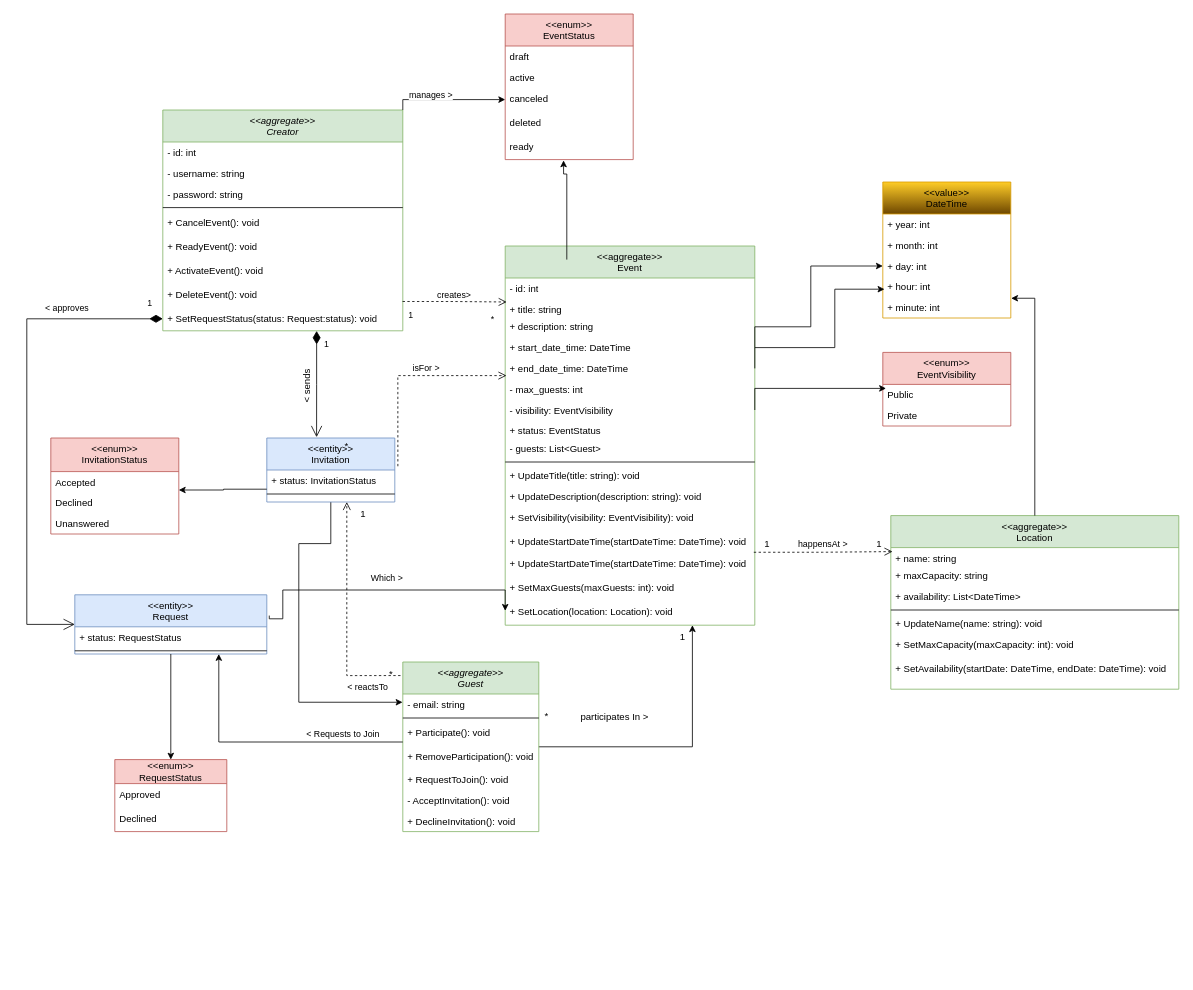
Before: VIAEventAssociation/Documentation/Assignment2/concrete-domain-model.drawio in YoUnGi102/NBNP-DCA, a draw.io diagram. Source tidied: cells renumbered, new cells numbered last; positions are measured from the earlier drawing's top-left corner, leaving out a move shared by most shapes. Both pictures are drawn from the tidied source at 80%, with x=0, y=0 at pixel (26, 14).
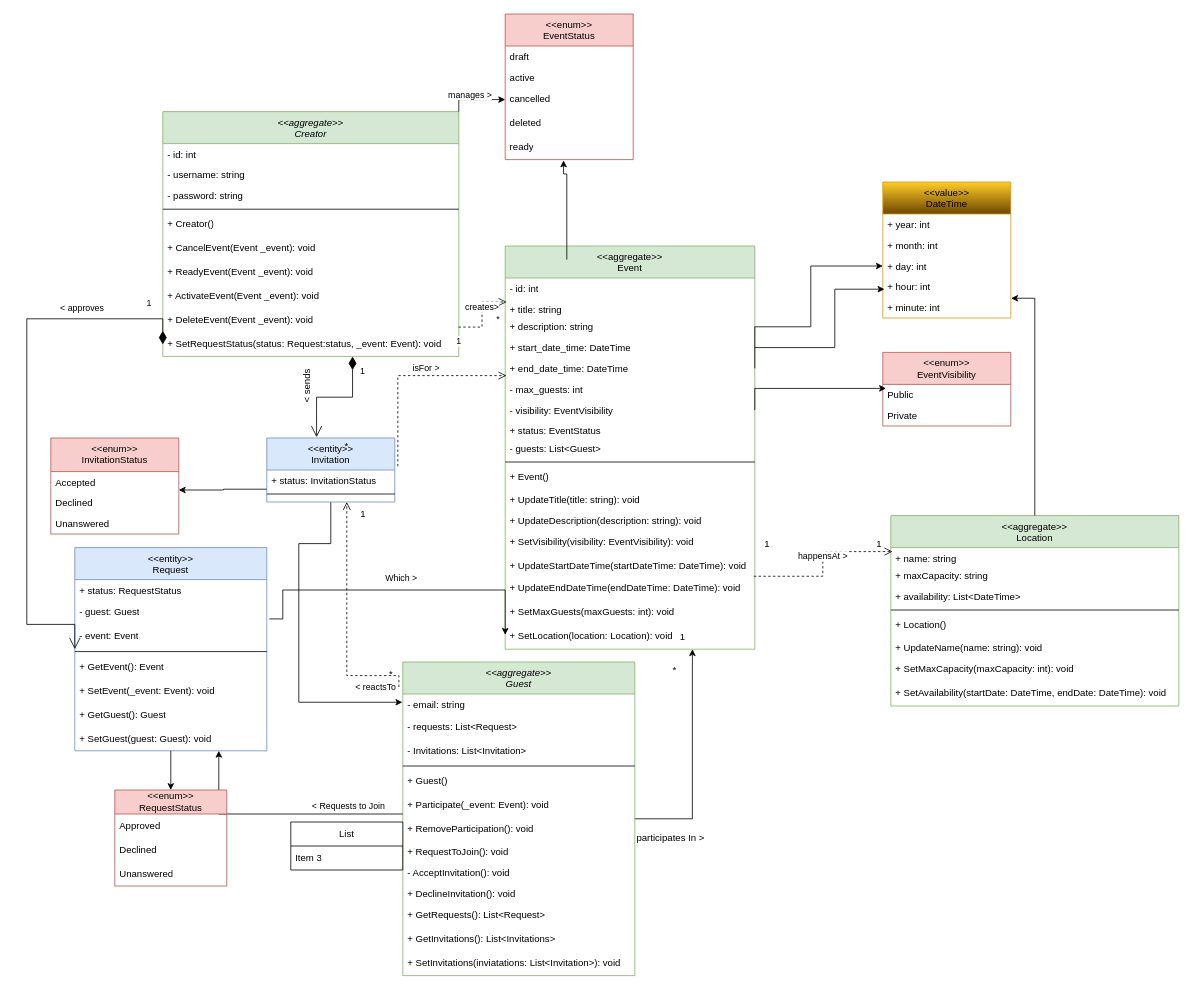
After the change.

Unchanged cells that the change refers to:
```xml
<mxCell id="64" value="&lt;&lt;enum&gt;&gt;&#10;EventStatus&#10;" style="swimlane;fontStyle=0;align=center;verticalAlign=top;horizontal=1;startSize=40;rounded=0;shadow=0;strokeWidth=1;fillColor=#f8cecc;strokeColor=#b85450;" parent="1" vertex="1">
  <mxGeometry x="598" width="160" height="182" as="geometry" />
</mxCell>
```

What changed in the source:
```diff
@@
     <mxCell id="2" value="&lt;&lt;aggregate&gt;&gt;&#10;Creator" style="swimlane;fontStyle=2;align=center;verticalAlign=top;horizontal=1;startSize=40;rounded=0;shadow=0;strokeWidth=1;fillColor=#d5e8d4;strokeColor=#82b366;" parent="1" vertex="1">
-      <mxGeometry x="170" y="120" width="300" height="276" as="geometry" />
+      <mxGeometry x="170" y="122" width="370" height="306" as="geometry" />
     </mxCell>
     <mxCell id="3" value="- id: int" style="text;strokeColor=none;fillColor=none;align=left;verticalAlign=top;spacingLeft=4;spacingRight=4;overflow=hidden;whiteSpace=wrap;html=1;" parent="2" vertex="1">
-      <mxGeometry y="40" width="300" height="26" as="geometry" />
+      <mxGeometry y="40" width="370" height="26" as="geometry" />
     </mxCell>
     <mxCell id="4" value="- username: string" style="text;strokeColor=none;fillColor=none;align=left;verticalAlign=top;spacingLeft=4;spacingRight=4;overflow=hidden;whiteSpace=wrap;html=1;" parent="2" vertex="1">
-      <mxGeometry y="66" width="300" height="26" as="geometry" />
+      <mxGeometry y="66" width="370" height="26" as="geometry" />
     </mxCell>
     <mxCell id="5" value="- password: string" style="text;strokeColor=none;fillColor=none;align=left;verticalAlign=top;spacingLeft=4;spacingRight=4;overflow=hidden;whiteSpace=wrap;html=1;" parent="2" vertex="1">
-      <mxGeometry y="92" width="300" height="26" as="geometry" />
+      <mxGeometry y="92" width="370" height="26" as="geometry" />
     </mxCell>
     <mxCell id="6" style="line;html=1;strokeWidth=1;align=left;verticalAlign=middle;spacingTop=-1;spacingLeft=3;spacingRight=3;labelPosition=right;" parent="2" vertex="1">
-      <mxGeometry y="118" width="300" height="8" as="geometry" />
+      <mxGeometry y="118" width="370" height="8" as="geometry" />
     </mxCell>
+    <mxCell id="107" value="+ Creator()" style="text;strokeColor=none;fillColor=none;align=left;verticalAlign=middle;spacingLeft=4;spacingRight=4;overflow=hidden;whiteSpace=wrap;html=1;" parent="2" vertex="1">
+      <mxGeometry y="126" width="370" height="30" as="geometry" />
+    </mxCell>
-    <mxCell id="7" value="+ CancelEvent(): void" style="text;strokeColor=none;fillColor=none;align=left;verticalAlign=middle;spacingLeft=4;spacingRight=4;overflow=hidden;whiteSpace=wrap;html=1;" parent="2" vertex="1">
-      <mxGeometry y="126" width="300" height="30" as="geometry" />
+    <mxCell id="7" value="+ CancelEvent(Event _event): void" style="text;strokeColor=none;fillColor=none;align=left;verticalAlign=middle;spacingLeft=4;spacingRight=4;overflow=hidden;whiteSpace=wrap;html=1;" parent="2" vertex="1">
+      <mxGeometry y="156" width="370" height="30" as="geometry" />
     </mxCell>
-    <mxCell id="8" value="+ ReadyEvent(): void" style="text;strokeColor=none;fillColor=none;align=left;verticalAlign=middle;spacingLeft=4;spacingRight=4;overflow=hidden;whiteSpace=wrap;html=1;" parent="2" vertex="1">
-      <mxGeometry y="156" width="300" height="30" as="geometry" />
+    <mxCell id="8" value="+ ReadyEvent(Event _event): void" style="text;strokeColor=none;fillColor=none;align=left;verticalAlign=middle;spacingLeft=4;spacingRight=4;overflow=hidden;whiteSpace=wrap;html=1;" parent="2" vertex="1">
+      <mxGeometry y="186" width="370" height="30" as="geometry" />
     </mxCell>
-    <mxCell id="9" value="+ ActivateEvent(): void" style="text;strokeColor=none;fillColor=none;align=left;verticalAlign=middle;spacingLeft=4;spacingRight=4;overflow=hidden;whiteSpace=wrap;html=1;" parent="2" vertex="1">
-      <mxGeometry y="186" width="300" height="30" as="geometry" />
+    <mxCell id="9" value="+ ActivateEvent(Event _event): void" style="text;strokeColor=none;fillColor=none;align=left;verticalAlign=middle;spacingLeft=4;spacingRight=4;overflow=hidden;whiteSpace=wrap;html=1;" parent="2" vertex="1">
+      <mxGeometry y="216" width="370" height="30" as="geometry" />
     </mxCell>
-    <mxCell id="10" value="+ DeleteEvent(): void" style="text;strokeColor=none;fillColor=none;align=left;verticalAlign=middle;spacingLeft=4;spacingRight=4;overflow=hidden;points=[[0,0.5],[1,0.5]];portConstraint=eastwest;whiteSpace=wrap;html=1;" parent="2" vertex="1">
-      <mxGeometry y="216" width="300" height="30" as="geometry" />
+    <mxCell id="10" value="+ DeleteEvent(Event _event): void" style="text;strokeColor=none;fillColor=none;align=left;verticalAlign=middle;spacingLeft=4;spacingRight=4;overflow=hidden;points=[[0,0.5],[1,0.5]];portConstraint=eastwest;whiteSpace=wrap;html=1;" parent="2" vertex="1">
+      <mxGeometry y="246" width="370" height="30" as="geometry" />
     </mxCell>
-    <mxCell id="11" value="+ SetRequestStatus(status: Request:status): void" style="text;strokeColor=none;fillColor=none;align=left;verticalAlign=middle;spacingLeft=4;spacingRight=4;overflow=hidden;points=[[0,0.5],[1,0.5]];portConstraint=eastwest;whiteSpace=wrap;html=1;" parent="2" vertex="1">
-      <mxGeometry y="246" width="300" height="30" as="geometry" />
+    <mxCell id="11" value="+ SetRequestStatus(status: Request:status, _event: Event): void" style="text;strokeColor=none;fillColor=none;align=left;verticalAlign=middle;spacingLeft=4;spacingRight=4;overflow=hidden;points=[[0,0.5],[1,0.5]];portConstraint=eastwest;whiteSpace=wrap;html=1;" parent="2" vertex="1">
+      <mxGeometry y="276" width="370" height="30" as="geometry" />
     </mxCell>
@@
     <mxCell id="17" value="&lt;&lt;aggregate&gt;&gt;&#10;Guest" style="swimlane;fontStyle=2;align=center;verticalAlign=top;horizontal=1;startSize=40;rounded=0;shadow=0;strokeWidth=1;fillColor=#d5e8d4;strokeColor=#82b366;" parent="1" vertex="1">
-      <mxGeometry x="470" y="810" width="170" height="212" as="geometry" />
+      <mxGeometry x="470" y="810" width="290" height="392" as="geometry" />
     </mxCell>
     <mxCell id="18" value="- email: string" style="text;align=left;verticalAlign=top;spacingLeft=4;spacingRight=4;overflow=hidden;points=[[0,0.5],[1,0.5]];portConstraint=eastwest;" parent="17" vertex="1">
-      <mxGeometry y="40" width="170" height="26" as="geometry" />
+      <mxGeometry y="40" width="290" height="26" as="geometry" />
     </mxCell>
+    <mxCell id="108" value="- requests: List&amp;lt;Request&amp;gt;" style="text;strokeColor=none;fillColor=none;align=left;verticalAlign=middle;spacingLeft=4;spacingRight=4;overflow=hidden;whiteSpace=wrap;html=1;" parent="17" vertex="1">
+      <mxGeometry y="66" width="290" height="30" as="geometry" />
+    </mxCell>
+    <mxCell id="109" value="- Invitations: List&amp;lt;Invitation&amp;gt;" style="text;strokeColor=none;fillColor=none;align=left;verticalAlign=middle;spacingLeft=4;spacingRight=4;overflow=hidden;whiteSpace=wrap;html=1;" parent="17" vertex="1">
+      <mxGeometry y="96" width="290" height="30" as="geometry" />
+    </mxCell>
     <mxCell id="19" style="line;html=1;strokeWidth=1;align=left;verticalAlign=middle;spacingTop=-1;spacingLeft=3;spacingRight=3;labelPosition=right;" parent="17" vertex="1">
-      <mxGeometry y="66" width="170" height="8" as="geometry" />
+      <mxGeometry y="126" width="290" height="8" as="geometry" />
     </mxCell>
+    <mxCell id="110" value="+ Guest()" style="text;strokeColor=none;fillColor=none;align=left;verticalAlign=middle;spacingLeft=4;spacingRight=4;overflow=hidden;whiteSpace=wrap;html=1;" parent="17" vertex="1">
+      <mxGeometry y="134" width="290" height="30" as="geometry" />
+    </mxCell>
-    <mxCell id="20" value="+ Participate(): void" style="text;strokeColor=none;fillColor=none;align=left;verticalAlign=middle;spacingLeft=4;spacingRight=4;overflow=hidden;points=[[0,0.5],[1,0.5]];portConstraint=eastwest;whiteSpace=wrap;html=1;" parent="17" vertex="1">
-      <mxGeometry y="74" width="170" height="30" as="geometry" />
+    <mxCell id="20" value="+ Participate(_event: Event): void" style="text;strokeColor=none;fillColor=none;align=left;verticalAlign=middle;spacingLeft=4;spacingRight=4;overflow=hidden;points=[[0,0.5],[1,0.5]];portConstraint=eastwest;whiteSpace=wrap;html=1;" parent="17" vertex="1">
+      <mxGeometry y="164" width="290" height="30" as="geometry" />
     </mxCell>
     <mxCell id="21" value="+ RemoveParticipation(): void" style="text;strokeColor=none;fillColor=none;align=left;verticalAlign=middle;spacingLeft=4;spacingRight=4;overflow=hidden;whiteSpace=wrap;html=1;" parent="17" vertex="1">
-      <mxGeometry y="104" width="170" height="30" as="geometry" />
+      <mxGeometry y="194" width="290" height="30" as="geometry" />
     </mxCell>
     <mxCell id="22" value="+ RequestToJoin(): void" style="text;strokeColor=none;fillColor=none;align=left;verticalAlign=top;spacingLeft=4;spacingRight=4;overflow=hidden;whiteSpace=wrap;html=1;" parent="17" vertex="1">
-      <mxGeometry y="134" width="170" height="26" as="geometry" />
+      <mxGeometry y="224" width="290" height="26" as="geometry" />
     </mxCell>
     <mxCell id="23" value="- AcceptInvitation(): void" style="text;align=left;verticalAlign=top;spacingLeft=4;spacingRight=4;overflow=hidden;rounded=0;shadow=0;html=0;" parent="17" vertex="1">
-      <mxGeometry y="160" width="170" height="26" as="geometry" />
+      <mxGeometry y="250" width="290" height="26" as="geometry" />
     </mxCell>
     <mxCell id="24" value="+ DeclineInvitation(): void&#10;" style="text;align=left;verticalAlign=top;spacingLeft=4;spacingRight=4;overflow=hidden;rounded=0;shadow=0;html=0;" parent="17" vertex="1">
-      <mxGeometry y="186" width="170" height="26" as="geometry" />
+      <mxGeometry y="276" width="290" height="26" as="geometry" />
     </mxCell>
+    <mxCell id="111" value="+ GetRequests(): List&amp;lt;Request&amp;gt;" style="text;strokeColor=none;fillColor=none;align=left;verticalAlign=middle;spacingLeft=4;spacingRight=4;overflow=hidden;whiteSpace=wrap;html=1;" parent="17" vertex="1">
+      <mxGeometry y="302" width="290" height="30" as="geometry" />
+    </mxCell>
+    <mxCell id="112" value="+ GetInvitations(): List&amp;lt;Invitations&amp;gt;" style="text;strokeColor=none;fillColor=none;align=left;verticalAlign=middle;spacingLeft=4;spacingRight=4;overflow=hidden;whiteSpace=wrap;html=1;" parent="17" vertex="1">
+      <mxGeometry y="332" width="290" height="30" as="geometry" />
+    </mxCell>
+    <mxCell id="113" value="+ SetInvitations(inviatations: List&amp;lt;Invitation&amp;gt;): void" style="text;strokeColor=none;fillColor=none;align=left;verticalAlign=middle;spacingLeft=4;spacingRight=4;overflow=hidden;whiteSpace=wrap;html=1;" parent="17" vertex="1">
+      <mxGeometry y="362" width="290" height="30" as="geometry" />
+    </mxCell>
     <mxCell id="25" value="&lt;&lt;aggregate&gt;&gt;&#10;Event&#10;" style="swimlane;fontStyle=0;align=center;verticalAlign=top;horizontal=1;startSize=40;rounded=0;shadow=0;strokeWidth=1;fillColor=#d5e8d4;strokeColor=#82b366;" parent="1" vertex="1">
-      <mxGeometry x="598" y="290" width="312" height="474" as="geometry" />
+      <mxGeometry x="598" y="290" width="312" height="504" as="geometry" />
     </mxCell>
@@
+    <mxCell id="114" value="+ Event()" style="text;strokeColor=none;fillColor=none;align=left;verticalAlign=middle;spacingLeft=4;spacingRight=4;overflow=hidden;whiteSpace=wrap;html=1;" parent="25" vertex="1">
+      <mxGeometry y="274" width="312" height="30" as="geometry" />
+    </mxCell>
     <mxCell id="36" value="+ UpdateTitle(title: string): void&#10;" style="text;align=left;verticalAlign=top;spacingLeft=4;spacingRight=4;overflow=hidden;" parent="25" vertex="1">
-      <mxGeometry y="274" width="312" height="26" as="geometry" />
+      <mxGeometry y="304" width="312" height="26" as="geometry" />
     </mxCell>
     <mxCell id="37" value="+ UpdateDescription(description: string): void&#10;" style="text;align=left;verticalAlign=top;spacingLeft=4;spacingRight=4;overflow=hidden;" parent="25" vertex="1">
-      <mxGeometry y="300" width="312" height="26" as="geometry" />
+      <mxGeometry y="330" width="312" height="26" as="geometry" />
     </mxCell>
     <mxCell id="38" value="+ SetVisibility(visibility: EventVisibility): void" style="text;align=left;verticalAlign=top;spacingLeft=4;spacingRight=4;overflow=hidden;" parent="25" vertex="1">
-      <mxGeometry y="326" width="312" height="30" as="geometry" />
+      <mxGeometry y="356" width="312" height="30" as="geometry" />
     </mxCell>
     <mxCell id="39" value="+ UpdateStartDateTime(startDateTime: DateTime): void&#10;" style="text;align=left;verticalAlign=top;spacingLeft=4;spacingRight=4;overflow=hidden;" parent="25" vertex="1">
-      <mxGeometry y="356" width="312" height="28" as="geometry" />
+      <mxGeometry y="386" width="312" height="28" as="geometry" />
     </mxCell>
-    <mxCell id="40" value="+ UpdateStartDateTime(startDateTime: DateTime): void&#10;" style="text;align=left;verticalAlign=top;spacingLeft=4;spacingRight=4;overflow=hidden;points=[[0,0.5],[1,0.5]];portConstraint=eastwest;" parent="25" vertex="1">
-      <mxGeometry y="384" width="312" height="30" as="geometry" />
+    <mxCell id="40" value="+ UpdateEndDateTime(endDateTime: DateTime): void&#10;" style="text;align=left;verticalAlign=top;spacingLeft=4;spacingRight=4;overflow=hidden;points=[[0,0.5],[1,0.5]];portConstraint=eastwest;" parent="25" vertex="1">
+      <mxGeometry y="414" width="312" height="30" as="geometry" />
     </mxCell>
     <mxCell id="41" value="+ SetMaxGuests(maxGuests: int): void" style="text;align=left;verticalAlign=top;spacingLeft=4;spacingRight=4;overflow=hidden;" parent="25" vertex="1">
-      <mxGeometry y="414" width="312" height="30" as="geometry" />
+      <mxGeometry y="444" width="312" height="30" as="geometry" />
     </mxCell>
     <mxCell id="42" value="+ SetLocation(location: Location): void" style="text;align=left;verticalAlign=top;spacingLeft=4;spacingRight=4;overflow=hidden;points=[[0,0.5],[1,0.5]];portConstraint=eastwest;" parent="25" vertex="1">
-      <mxGeometry y="444" width="312" height="30" as="geometry" />
+      <mxGeometry y="474" width="312" height="30" as="geometry" />
     </mxCell>
@@
     <mxCell id="44" value="*" style="text;html=1;align=center;verticalAlign=middle;whiteSpace=wrap;rounded=0;" parent="1" vertex="1">
-      <mxGeometry x="640" y="868" width="20" height="20" as="geometry" />
+      <mxGeometry x="800" y="810" width="20" height="20" as="geometry" />
     </mxCell>
@@
     <mxCell id="63" value="participates In &amp;gt;" style="text;html=1;align=center;verticalAlign=middle;whiteSpace=wrap;rounded=0;" parent="1" vertex="1">
-      <mxGeometry x="690" y="870" width="90" height="18" as="geometry" />
+      <mxGeometry x="760" y="1021" width="90" height="18" as="geometry" />
     </mxCell>
@@
-    <mxCell id="67" value="canceled" style="text;strokeColor=none;fillColor=none;align=left;verticalAlign=middle;spacingLeft=4;spacingRight=4;overflow=hidden;points=[[0,0.5],[1,0.5]];portConstraint=eastwest;whiteSpace=wrap;html=1;" parent="64" vertex="1">
+    <mxCell id="67" value="cancelled" style="text;strokeColor=none;fillColor=none;align=left;verticalAlign=middle;spacingLeft=4;spacingRight=4;overflow=hidden;points=[[0,0.5],[1,0.5]];portConstraint=eastwest;whiteSpace=wrap;html=1;" parent="64" vertex="1">
       <mxGeometry y="92" width="160" height="30" as="geometry" />
     </mxCell>
@@
     <mxCell id="72" value="&lt;&lt;aggregate&gt;&gt;&#10;Location&#10;" style="swimlane;fontStyle=0;align=center;verticalAlign=top;horizontal=1;startSize=40;rounded=0;shadow=0;strokeWidth=1;fillColor=#d5e8d4;strokeColor=#82b366;" parent="1" vertex="1">
-      <mxGeometry x="1080" y="627" width="360" height="217" as="geometry" />
+      <mxGeometry x="1080" y="627" width="360" height="238" as="geometry" />
     </mxCell>
@@
+    <mxCell id="115" value="+ Location()" style="text;strokeColor=none;fillColor=none;align=left;verticalAlign=middle;spacingLeft=4;spacingRight=4;overflow=hidden;whiteSpace=wrap;html=1;" parent="72" vertex="1">
+      <mxGeometry y="122" width="360" height="30" as="geometry" />
+    </mxCell>
     <mxCell id="77" value="+ UpdateName(name: string): void&#10;" style="text;align=left;verticalAlign=top;spacingLeft=4;spacingRight=4;overflow=hidden;" parent="72" vertex="1">
-      <mxGeometry y="122" width="360" height="26" as="geometry" />
+      <mxGeometry y="152" width="360" height="26" as="geometry" />
     </mxCell>
     <mxCell id="78" value="+ SetMaxCapacity(maxCapacity: int): void" style="text;align=left;verticalAlign=top;spacingLeft=4;spacingRight=4;overflow=hidden;" parent="72" vertex="1">
-      <mxGeometry y="148" width="360" height="30" as="geometry" />
+      <mxGeometry y="178" width="360" height="30" as="geometry" />
     </mxCell>
     <mxCell id="79" value="+ SetAvailability(startDate: DateTime, endDate: DateTime): void" style="text;align=left;verticalAlign=top;spacingLeft=4;spacingRight=4;overflow=hidden;" parent="72" vertex="1">
-      <mxGeometry y="178" width="360" height="30" as="geometry" />
+      <mxGeometry y="208" width="360" height="30" as="geometry" />
     </mxCell>
     <mxCell id="80" value="&lt;&lt;entity&gt;&gt;&#10;Request" style="swimlane;fontStyle=0;align=center;verticalAlign=top;horizontal=1;startSize=40;rounded=0;shadow=0;strokeWidth=1;fillColor=#dae8fc;strokeColor=#6c8ebf;" parent="1" vertex="1">
-      <mxGeometry x="60" y="726" width="240" height="74" as="geometry" />
+      <mxGeometry x="60" y="667" width="240" height="254" as="geometry" />
     </mxCell>
@@
+    <mxCell id="116" value="- guest: Guest" style="text;strokeColor=none;fillColor=none;align=left;verticalAlign=middle;spacingLeft=4;spacingRight=4;overflow=hidden;whiteSpace=wrap;html=1;" parent="80" vertex="1">
+      <mxGeometry y="66" width="240" height="30" as="geometry" />
+    </mxCell>
+    <mxCell id="117" value="- event: Event" style="text;strokeColor=none;fillColor=none;align=left;verticalAlign=middle;spacingLeft=4;spacingRight=4;overflow=hidden;whiteSpace=wrap;html=1;" parent="80" vertex="1">
+      <mxGeometry y="96" width="240" height="30" as="geometry" />
+    </mxCell>
     <mxCell id="82" style="line;html=1;strokeWidth=1;align=left;verticalAlign=middle;spacingTop=-1;spacingLeft=3;spacingRight=3;labelPosition=right;" parent="80" vertex="1">
-      <mxGeometry y="66" width="240" height="8" as="geometry" />
+      <mxGeometry y="126" width="240" height="8" as="geometry" />
     </mxCell>
+    <mxCell id="118" value="+ GetEvent(): Event" style="text;strokeColor=none;fillColor=none;align=left;verticalAlign=middle;spacingLeft=4;spacingRight=4;overflow=hidden;whiteSpace=wrap;html=1;" parent="80" vertex="1">
+      <mxGeometry y="134" width="240" height="30" as="geometry" />
+    </mxCell>
+    <mxCell id="119" value="+ SetEvent(_event: Event): void" style="text;strokeColor=none;fillColor=none;align=left;verticalAlign=middle;spacingLeft=4;spacingRight=4;overflow=hidden;whiteSpace=wrap;html=1;" parent="80" vertex="1">
+      <mxGeometry y="164" width="240" height="30" as="geometry" />
+    </mxCell>
+    <mxCell id="120" value="+ GetGuest(): Guest" style="text;strokeColor=none;fillColor=none;align=left;verticalAlign=middle;spacingLeft=4;spacingRight=4;overflow=hidden;whiteSpace=wrap;html=1;" parent="80" vertex="1">
+      <mxGeometry y="194" width="240" height="30" as="geometry" />
+    </mxCell>
+    <mxCell id="121" value="+ SetGuest(guest: Guest): void" style="text;strokeColor=none;fillColor=none;align=left;verticalAlign=middle;spacingLeft=4;spacingRight=4;overflow=hidden;whiteSpace=wrap;html=1;" parent="80" vertex="1">
+      <mxGeometry y="224" width="240" height="30" as="geometry" />
+    </mxCell>
@@
     <mxCell id="87" value="&amp;lt;&amp;lt;enum&amp;gt;&amp;gt;&lt;br&gt;RequestStatus" style="swimlane;fontStyle=0;horizontal=1;startSize=30;whiteSpace=wrap;html=1;fillColor=#f8cecc;strokeColor=#b85450;" parent="1" vertex="1">
-      <mxGeometry x="110" y="932" width="140" height="90" as="geometry" />
+      <mxGeometry x="110" y="970" width="140" height="120" as="geometry" />
     </mxCell>
@@
+    <mxCell id="122" value="Unanswered" style="text;strokeColor=none;fillColor=none;align=left;verticalAlign=middle;spacingLeft=4;spacingRight=4;overflow=hidden;whiteSpace=wrap;html=1;" parent="87" vertex="1">
+      <mxGeometry y="90" width="140" height="30" as="geometry" />
+    </mxCell>
@@
     <mxCell id="95" value="1" style="endArrow=open;html=1;endSize=12;startArrow=diamondThin;startSize=14;startFill=1;edgeStyle=orthogonalEdgeStyle;align=left;verticalAlign=bottom;rounded=0;exitX=0;exitY=0.5;exitDx=0;exitDy=0;entryX=0;entryY=0.5;entryDx=0;entryDy=0;" parent="1" edge="1" source="11" target="80">
-      <mxGeometry x="-0.93" y="-11" relative="1" as="geometry">
+      <mxGeometry x="-0.84" y="-11" relative="1" as="geometry">
         <Array as="points">
           <mxPoint y="381" />
           <mxPoint y="763" />
         </Array>
       </mxGeometry>
     </mxCell>
@@
+    <mxCell id="123" value="List" style="swimlane;fontStyle=0;horizontal=1;startSize=30;whiteSpace=wrap;html=1;" parent="1" vertex="1">
+      <mxGeometry x="330" y="1010" width="140" height="60" as="geometry" />
+    </mxCell>
+    <mxCell id="124" value="Item 3" style="text;strokeColor=none;fillColor=none;align=left;verticalAlign=middle;spacingLeft=4;spacingRight=4;overflow=hidden;whiteSpace=wrap;html=1;" parent="123" vertex="1">
+      <mxGeometry y="30" width="140" height="30" as="geometry" />
+    </mxCell>
```
